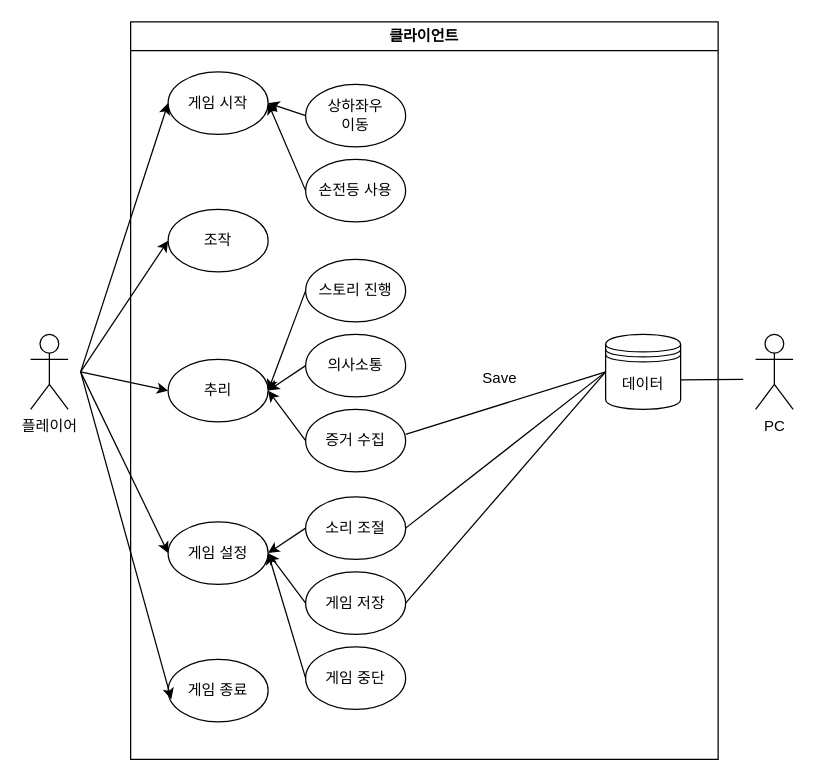
The draw.io diagram self_destruction.drawio in doyeonghyun/drawio, before the edit. Source tidied: cells renumbered, new cells numbered last; positions are measured from the earlier drawing's top-left corner, leaving out a move shared by most shapes. Both pictures are drawn from the tidied source at 125%, with x=0, y=0 at pixel (30, 21).
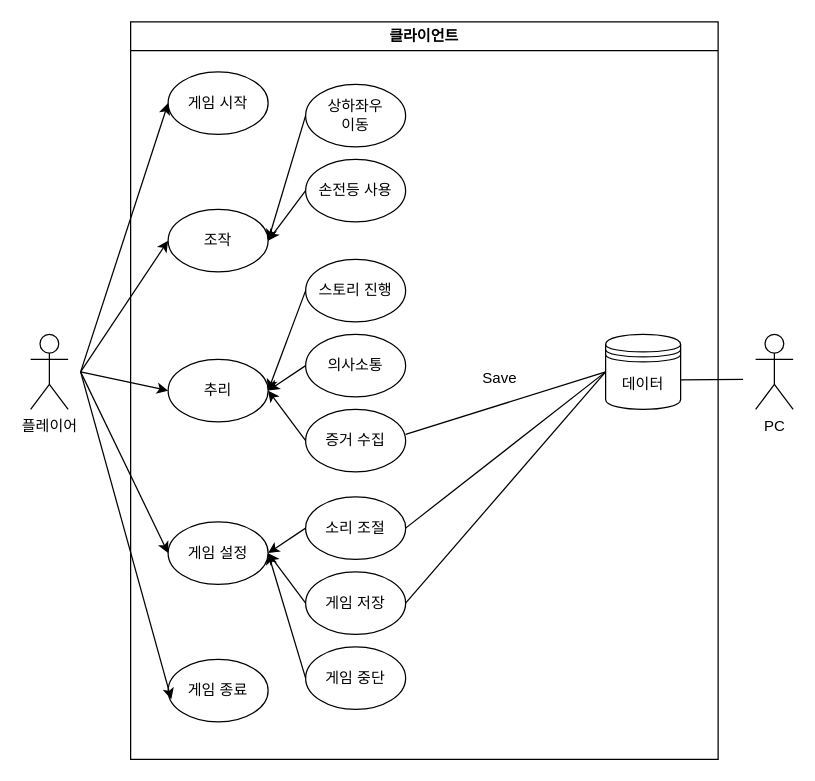
The same page after the edit.

Unchanged cells that the change refers to:
```xml
<mxCell id="2" value="클라이언트" style="swimlane;whiteSpace=wrap;html=1;" parent="1" vertex="1">
  <mxGeometry x="80" width="470" height="590" as="geometry" />
</mxCell>
<mxCell id="3" value="게임 시작" style="ellipse;whiteSpace=wrap;html=1;" parent="2" vertex="1">
  <mxGeometry x="30" y="40" width="80" height="50" as="geometry" />
</mxCell>
<mxCell id="5" value="조작" style="ellipse;whiteSpace=wrap;html=1;" parent="2" vertex="1">
  <mxGeometry x="30" y="150" width="80" height="50" as="geometry" />
</mxCell>
<mxCell id="8" value="상하좌우&lt;div&gt;&lt;span style=&quot;background-color: initial;&quot;&gt;이동&lt;/span&gt;&lt;/div&gt;" style="ellipse;whiteSpace=wrap;html=1;" parent="2" vertex="1">
  <mxGeometry x="140" y="50" width="80" height="50" as="geometry" />
</mxCell>
<mxCell id="9" value="손전등&amp;nbsp;&lt;span style=&quot;background-color: initial;&quot;&gt;사용&lt;/span&gt;" style="ellipse;whiteSpace=wrap;html=1;" parent="2" vertex="1">
  <mxGeometry x="140" y="110" width="80" height="50" as="geometry" />
</mxCell>
```

What changed in the source:
```diff
@@
-    <mxCell id="16" style="endArrow=classic;html=1;rounded=0;entryX=1;entryY=0.5;entryDx=0;entryDy=0;exitX=0;exitY=0.5;exitDx=0;exitDy=0;" parent="2" edge="1" source="8" target="3">
+    <mxCell id="16" style="endArrow=classic;html=1;rounded=0;entryX=1;entryY=0.5;entryDx=0;entryDy=0;exitX=0;exitY=0.5;exitDx=0;exitDy=0;" parent="2" edge="1" source="8" target="5">
       <mxGeometry relative="1" as="geometry" />
     </mxCell>
-    <mxCell id="17" style="endArrow=classic;html=1;rounded=0;exitX=0;exitY=0.5;exitDx=0;exitDy=0;entryX=1;entryY=0.5;entryDx=0;entryDy=0;" parent="2" edge="1" source="9" target="3">
+    <mxCell id="17" style="endArrow=classic;html=1;rounded=0;exitX=0;exitY=0.5;exitDx=0;exitDy=0;entryX=1;entryY=0.5;entryDx=0;entryDy=0;" parent="2" edge="1" source="9" target="5">
       <mxGeometry relative="1" as="geometry" />
     </mxCell>
```
